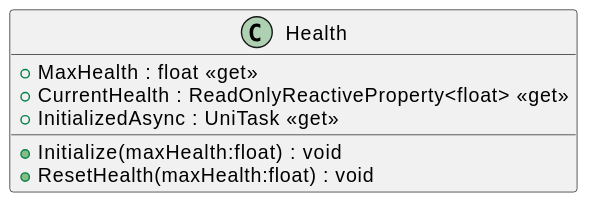
This is plantuml/out/Player/Health.svg from asterisk-cn/RougueShooter, a PlantUML export, as it was before one commit.
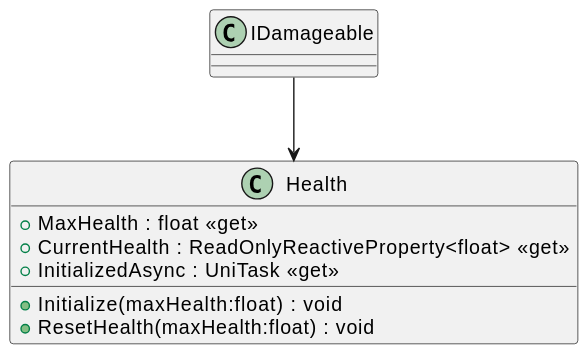
Above is the later version.

The edit, as a diff of the source:
```diff
@@ -6,4 +6,5 @@
     + Initialize(maxHealth:float) : void
     + ResetHealth(maxHealth:float) : void
 }
+IDamageable --> Health
 @enduml
```
